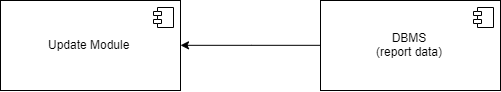
The draw.io diagram DD/images/Integration/StatisticIntegrationChart1.png in marcuz1996/Software-Engineering-Project, before a commit. Source tidied: cells renumbered, new cells last; positions are measured from the earlier drawing's top-left corner, leaving out a move shared by most shapes. The source it was exported from:
```xml
<mxGraphModel>
  <root>
    <mxCell id="0" />
    <mxCell id="1" parent="0" />
    <mxCell id="2" value="Update Module" style="html=1;" parent="1" vertex="1">
      <mxGeometry width="180" height="90" as="geometry" />
    </mxCell>
    <mxCell id="3" style="shape=component;jettyWidth=8;jettyHeight=4;" parent="2" vertex="1">
      <mxGeometry x="1" width="20" height="20" relative="1" as="geometry">
        <mxPoint x="-27" y="7" as="offset" />
      </mxGeometry>
    </mxCell>
    <mxCell id="4" style="edgeStyle=orthogonalEdgeStyle;rounded=0;jettySize=auto;html=1;entryX=1;entryY=0.5;entryDx=0;entryDy=0;" parent="1" edge="1" source="5" target="2">
      <mxGeometry relative="1" as="geometry" />
    </mxCell>
    <mxCell id="5" value="DBMS&lt;br&gt;(report data)" style="html=1;" parent="1" vertex="1">
      <mxGeometry x="320" width="180" height="90" as="geometry" />
    </mxCell>
    <mxCell id="6" style="shape=component;jettyWidth=8;jettyHeight=4;" parent="5" vertex="1">
      <mxGeometry x="1" width="20" height="20" relative="1" as="geometry">
        <mxPoint x="-27" y="7" as="offset" />
      </mxGeometry>
    </mxCell>
  </root>
</mxGraphModel>
```
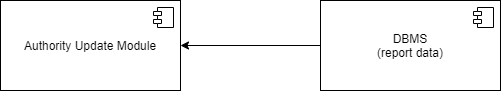
After the change.

What changed in the source:
```diff
@@ -2,7 +2,7 @@
   <root>
     <mxCell id="0" />
     <mxCell id="1" parent="0" />
-    <mxCell id="2" value="Update Module" style="html=1;" parent="1" vertex="1">
+    <mxCell id="2" value="Authority Update Module" style="html=1;" parent="1" vertex="1">
       <mxGeometry width="180" height="90" as="geometry" />
     </mxCell>
     <mxCell id="3" style="shape=component;jettyWidth=8;jettyHeight=4;" parent="2" vertex="1">
```
